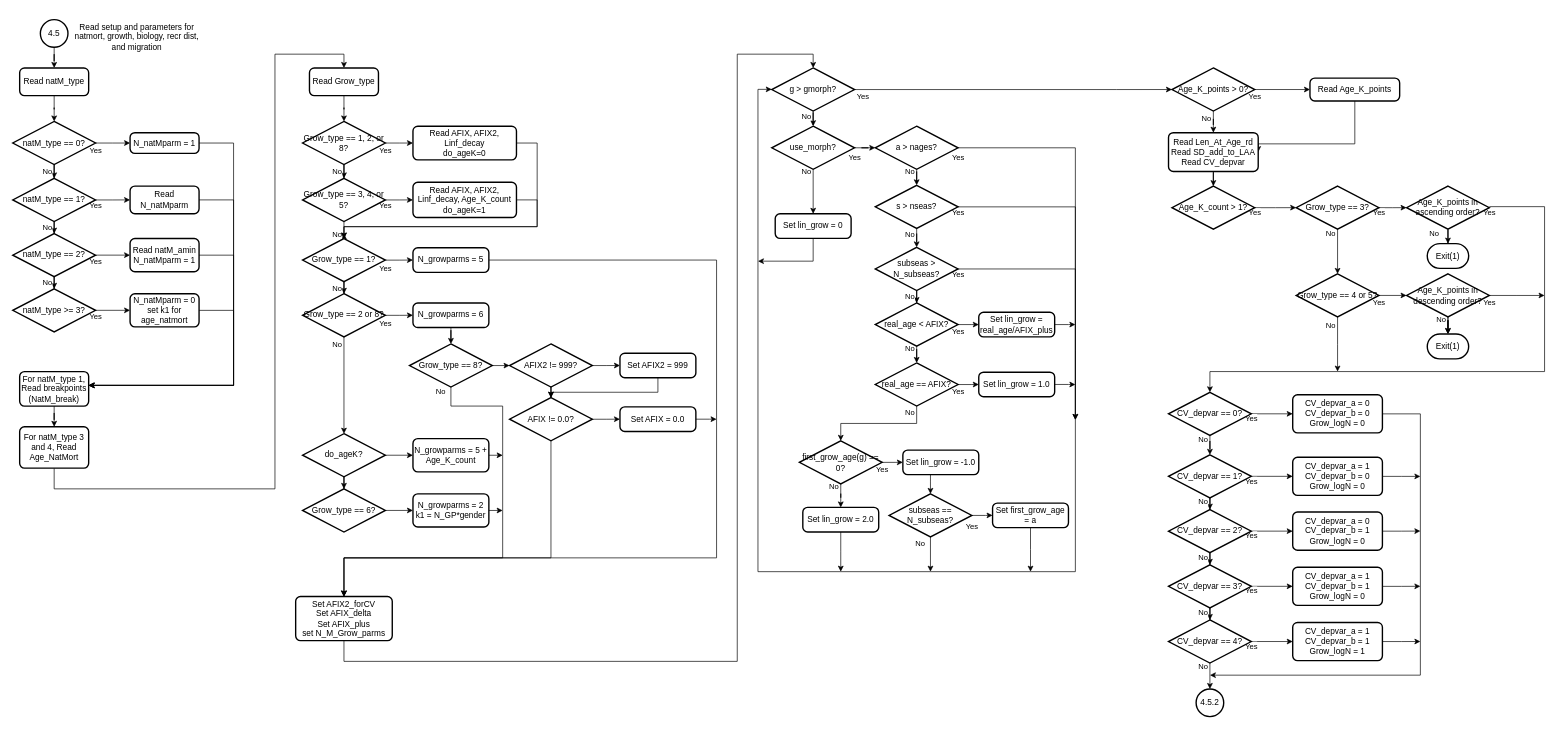
This is readControl_4-5.drawio from nmfs-ost/ss3-flowcharts, a draw.io file, before an edit. Source tidied: cells renumbered, new cells numbered last; positions are measured from the earlier drawing's top-left corner, leaving out a move shared by most shapes. Both pictures are drawn from the tidied source at 69%, with x=0, y=0 at pixel (12, 19).
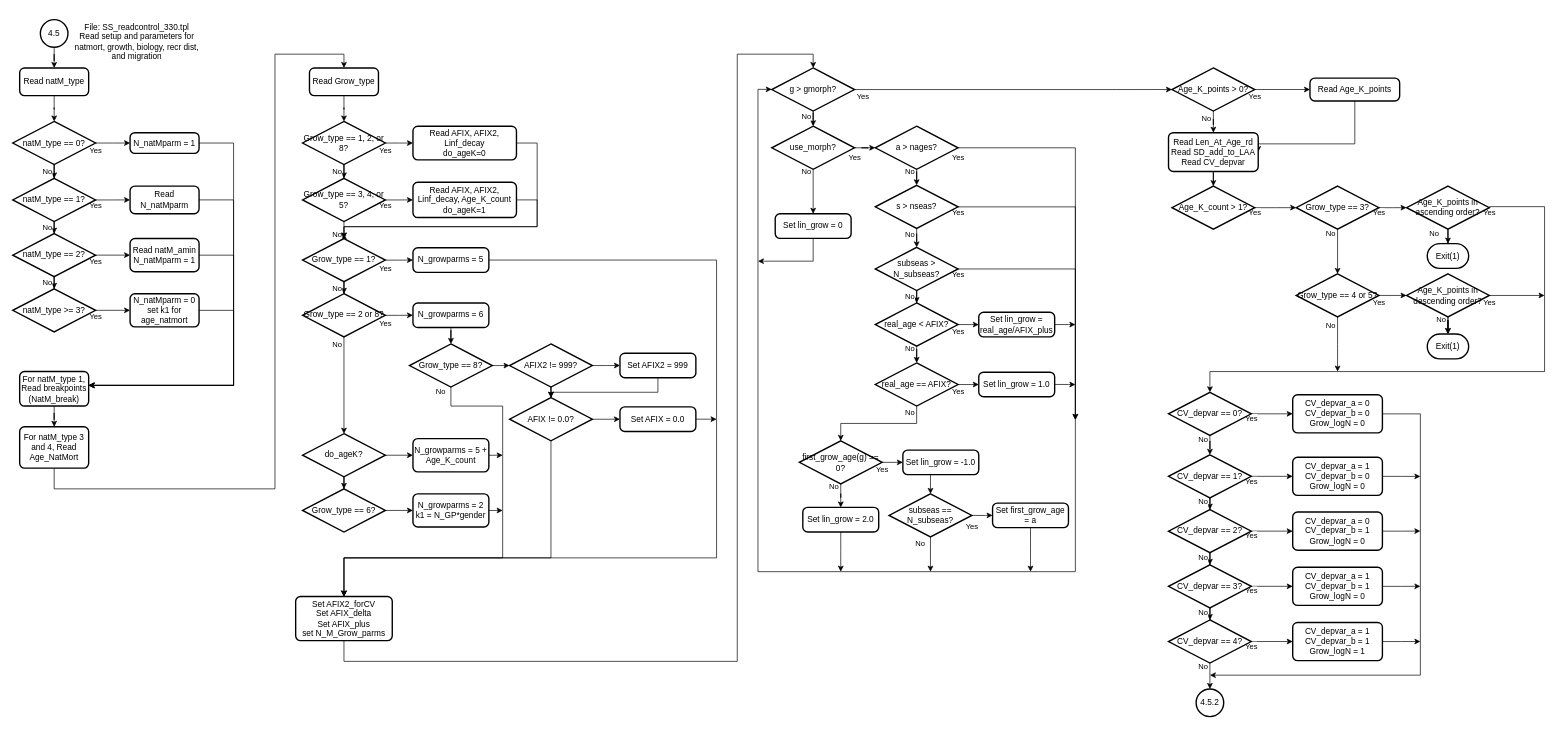
The same page after the edit.

What changed in the source:
```diff
@@
-    <mxCell id="4" value="Read setup and parameters for natmort, growth, biology, recr dist, and migration" style="text;html=1;strokeColor=none;fillColor=none;align=center;verticalAlign=middle;whiteSpace=wrap;rounded=0;" parent="1" vertex="1">
-      <mxGeometry x="80" width="200" height="50" as="geometry" />
+    <mxCell id="4" value="&lt;br&gt;File: SS_readcontrol_330.tpl&lt;br&gt;Read setup and parameters for natmort, growth, biology, recr dist, and migration" style="text;html=1;strokeColor=none;fillColor=none;align=center;verticalAlign=middle;whiteSpace=wrap;rounded=0;" parent="1" vertex="1">
+      <mxGeometry x="80" y="-10" width="200" height="70" as="geometry" />
     </mxCell>
```
